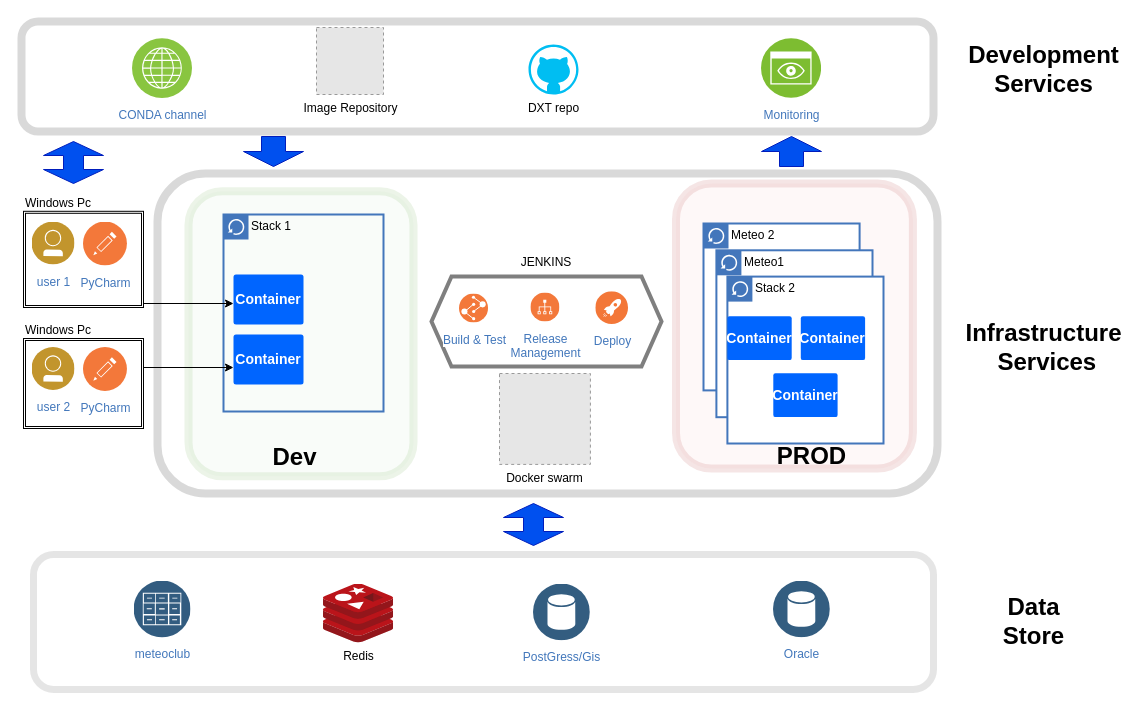
daseretto/datasciencecoursera keeps this draw.io diagram as page "Pagina-2" (2 of 4) of Diagramma senza titolo.drawio. Above is the earlier version. Source tidied: cells renumbered, new cells numbered last; positions are measured from the earlier drawing's top-left corner, leaving out a move shared by most shapes. Both pictures are drawn from the tidied source at 100%, with x=0, y=0 at pixel (21, 21). Pictures stored in the file or linked from it are replaced by grey dashed boxes.
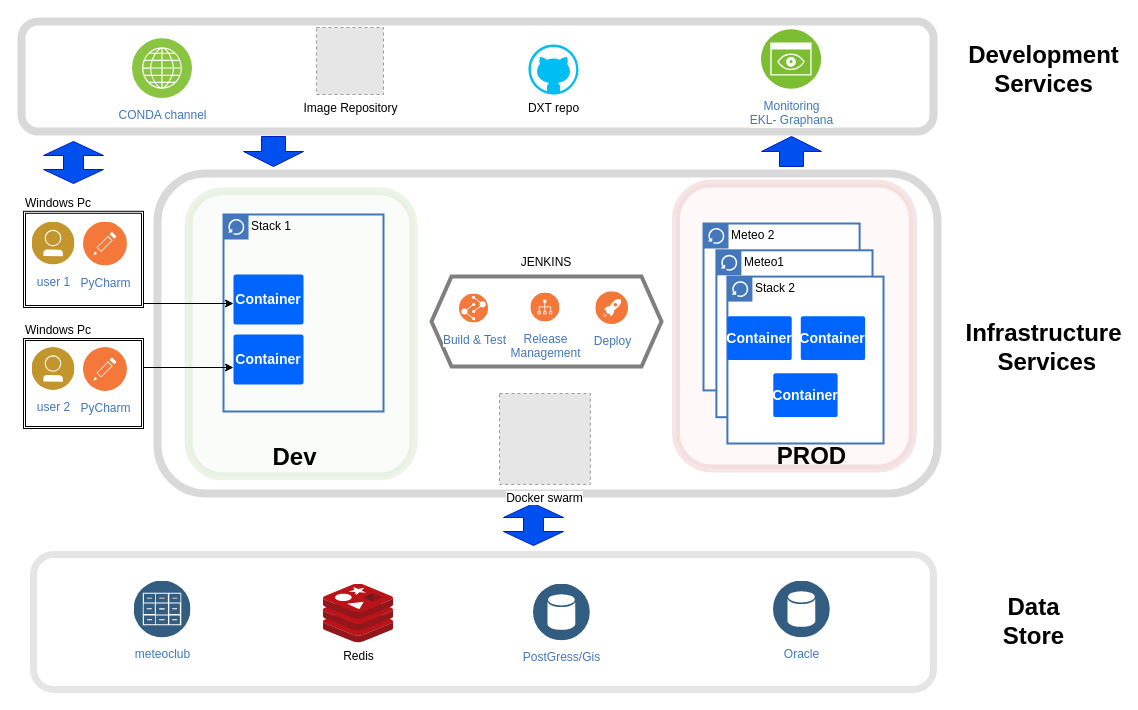
After the change.

What changed in the source:
```diff
@@
-    <mxCell id="7" value="Monitoring" style="image;perimeter=ellipsePerimeter;html=1;align=center;shadow=0;dashed=0;fontColor=#4277BB;labelBackgroundColor=default;fontSize=12;spacingTop=3;image=img/lib/ibm/infrastructure/monitoring.svg;" parent="1" vertex="1">
-      <mxGeometry x="740" y="17" width="60" height="60" as="geometry" />
+    <mxCell id="7" value="Monitoring&lt;br&gt;EKL- Graphana" style="image;perimeter=ellipsePerimeter;html=1;align=center;shadow=0;dashed=0;fontColor=#4277BB;labelBackgroundColor=default;fontSize=12;spacingTop=3;image=img/lib/ibm/infrastructure/monitoring.svg;" parent="1" vertex="1">
+      <mxGeometry x="740" y="8" width="60" height="60" as="geometry" />
     </mxCell>
@@
     <mxCell id="51" value="Docker swarm" style="fillColor=#E6E6E6;strokeColor=#999999;dashed=1;html=1;verticalAlign=top;verticalLabelPosition=bottom;labelBackgroundColor=#ffffff;" parent="1" vertex="1">
-      <mxGeometry x="478" y="352" width="90.9" height="90.9" as="geometry" />
+      <mxGeometry x="478" y="372" width="90.9" height="90.9" as="geometry" />
     </mxCell>
```
